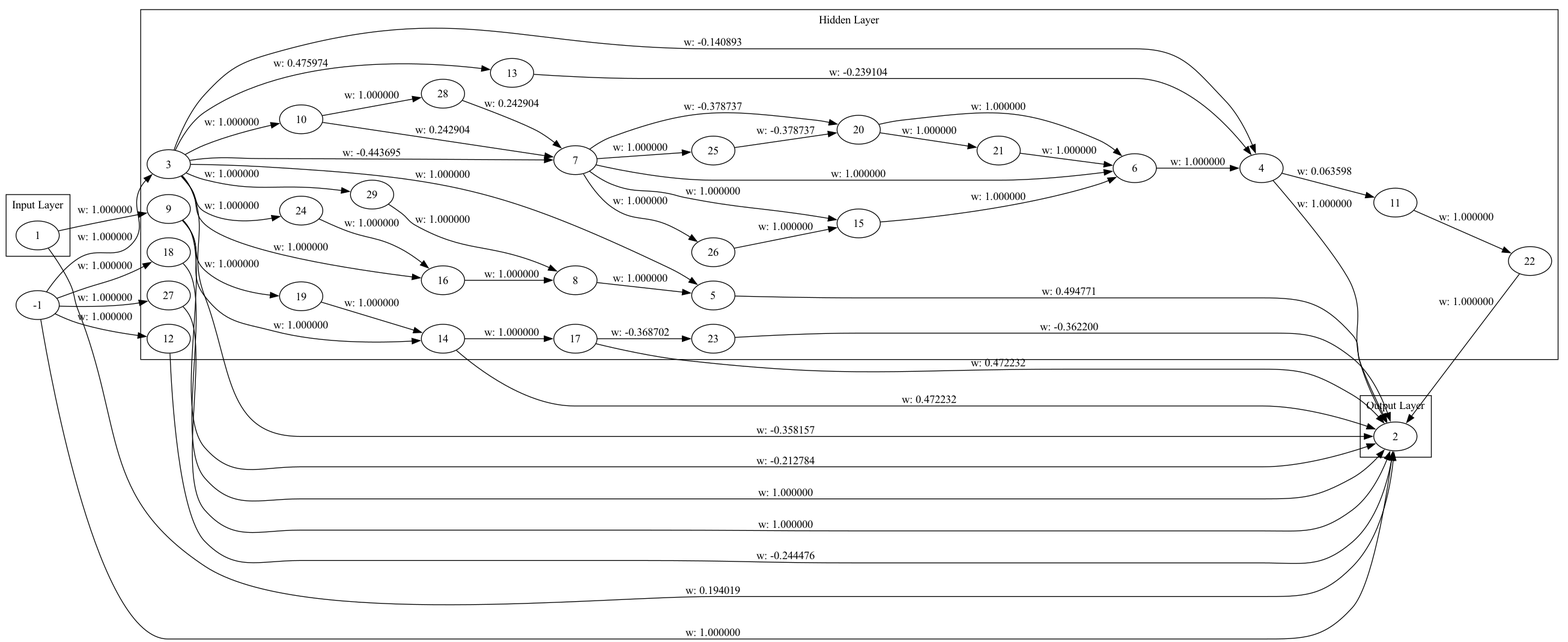
Before: genome_graph.png, a diagram exported from Graphviz (malikAkurtz/TradingSystem). Its source is kept beside it as genome_graph.dot.
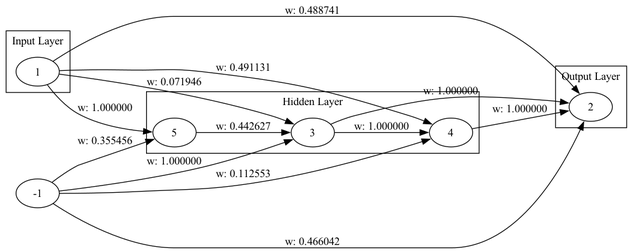
Above is the later version.

Change to the diagram source:
```diff
@@ -9,86 +9,21 @@
     3;
     4;
     5;
-    6;
-    7;
-    8;
-    9;
-    10;
-    11;
-    12;
-    13;
-    14;
-    15;
-    16;
-    17;
-    18;
-    19;
-    20;
-    21;
-    22;
-    23;
-    24;
-    25;
-    26;
-    27;
-    28;
-    29;
   }
   subgraph cluster_2 {
     label="Output Layer";
     2;
   }
-  1 -> 2 [label="w: 0.194019"];
-  -1 -> 2 [label="w: 1.000000"];
+  1 -> 2 [label="w: 0.488741"];
+  -1 -> 2 [label="w: 0.466042"];
   -1 -> 3 [label="w: 1.000000"];
-  3 -> 2 [label="w: -0.358157"];
-  3 -> 4 [label="w: -0.140893"];
+  3 -> 2 [label="w: 1.000000"];
+  1 -> 3 [label="w: 0.071946"];
+  3 -> 4 [label="w: 1.000000"];
   4 -> 2 [label="w: 1.000000"];
-  3 -> 5 [label="w: 1.000000"];
-  5 -> 2 [label="w: 0.494771"];
-  6 -> 4 [label="w: 1.000000"];
-  3 -> 7 [label="w: -0.443695"];
-  7 -> 6 [label="w: 1.000000"];
-  8 -> 5 [label="w: 1.000000"];
-  1 -> 9 [label="w: 1.000000"];
-  9 -> 2 [label="w: -0.212784"];
-  3 -> 10 [label="w: 1.000000"];
-  10 -> 7 [label="w: 0.242904"];
-  4 -> 11 [label="w: 0.063598"];
-  -1 -> 12 [label="w: 1.000000"];
-  12 -> 2 [label="w: -0.244476"];
-  3 -> 13 [label="w: 0.475974"];
-  13 -> 4 [label="w: -0.239104"];
-  9 -> 14 [label="w: 1.000000"];
-  14 -> 2 [label="w: 0.472232"];
-  7 -> 15 [label="w: 1.000000"];
-  15 -> 6 [label="w: 1.000000"];
-  3 -> 16 [label="w: 1.000000"];
-  16 -> 8 [label="w: 1.000000"];
-  14 -> 17 [label="w: 1.000000"];
-  17 -> 2 [label="w: 0.472232"];
-  -1 -> 18 [label="w: 1.000000"];
-  18 -> 2 [label="w: 1.000000"];
-  9 -> 19 [label="w: 1.000000"];
-  19 -> 14 [label="w: 1.000000"];
-  7 -> 20 [label="w: -0.378737"];
-  20 -> 6 [label="w: 1.000000"];
-  20 -> 21 [label="w: 1.000000"];
-  21 -> 6 [label="w: 1.000000"];
-  11 -> 22 [label="w: 1.000000"];
-  22 -> 2 [label="w: 1.000000"];
-  17 -> 23 [label="w: -0.368702"];
-  23 -> 2 [label="w: -0.362200"];
-  3 -> 24 [label="w: 1.000000"];
-  24 -> 16 [label="w: 1.000000"];
-  7 -> 25 [label="w: 1.000000"];
-  25 -> 20 [label="w: -0.378737"];
-  7 -> 26 [label="w: 1.000000"];
-  26 -> 15 [label="w: 1.000000"];
-  -1 -> 27 [label="w: 1.000000"];
-  27 -> 2 [label="w: 1.000000"];
-  10 -> 28 [label="w: 1.000000"];
-  28 -> 7 [label="w: 0.242904"];
-  3 -> 29 [label="w: 1.000000"];
-  29 -> 8 [label="w: 1.000000"];
+  1 -> 4 [label="w: 0.491131"];
+  1 -> 5 [label="w: 1.000000"];
+  5 -> 3 [label="w: 0.442627"];
+  -1 -> 5 [label="w: 0.355456"];
+  -1 -> 4 [label="w: 0.112553"];
 }
```
